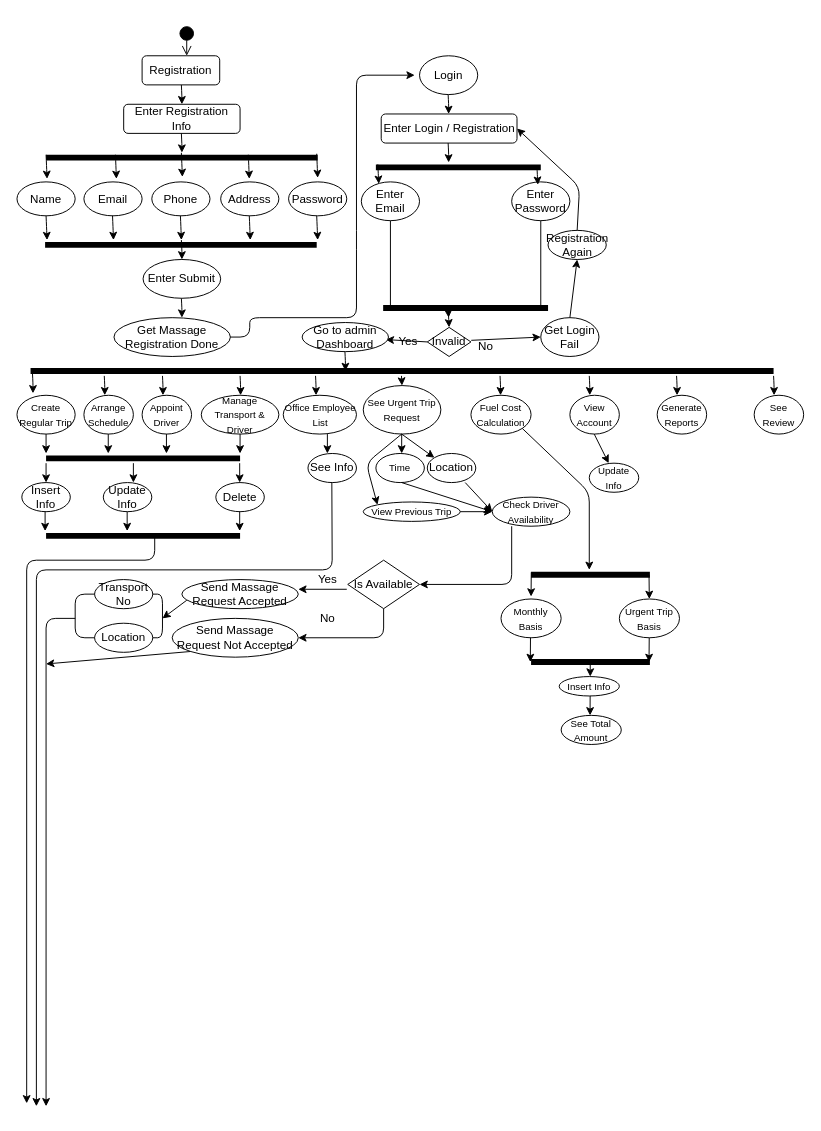
Above: database/Activity Diagram Admin.drawio in SHIMAISRAFIL/Transport-Schedule (draw.io), before the change. Source tidied: cells renumbered, new cells numbered last; positions are measured from the earlier drawing's top-left corner, leaving out a move shared by most shapes. Both pictures are drawn from the tidied source at 97%, with x=0, y=0 at pixel (16, 25).
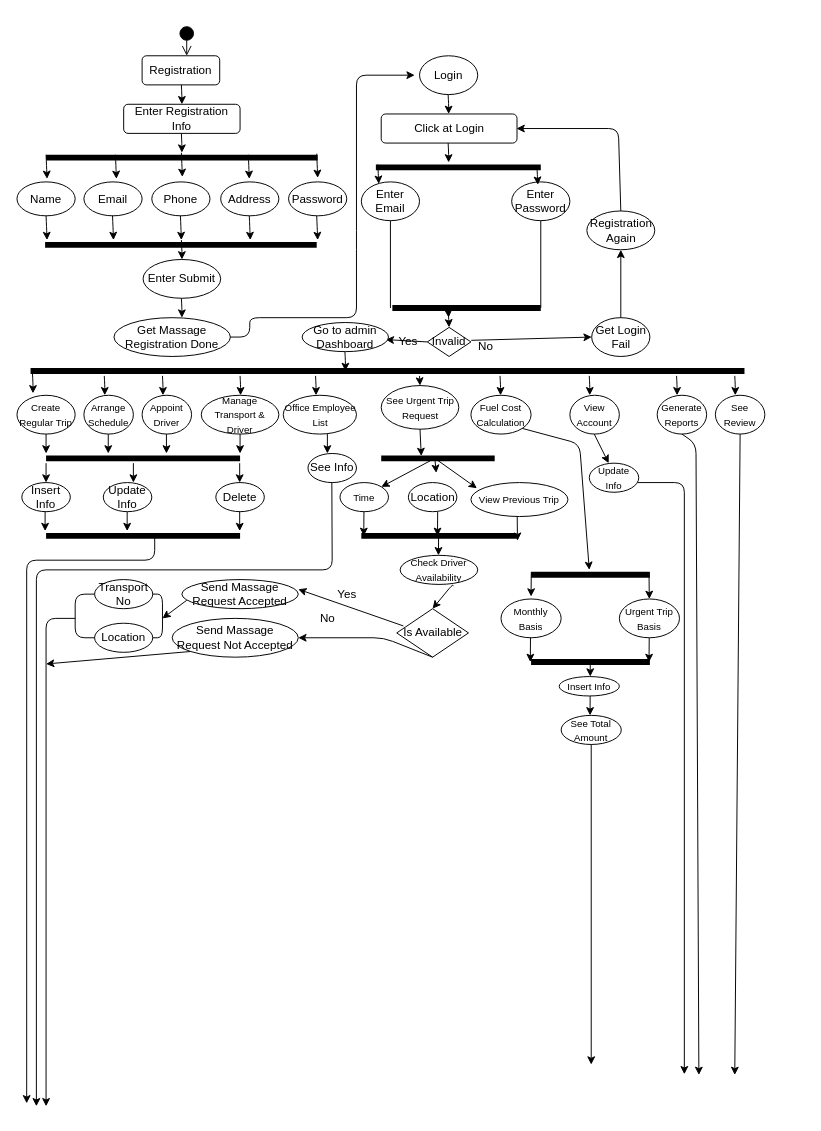
After the change.

The change refers to these unchanged cells:
```xml
<mxCell id="70" value="&lt;font style=&quot;font-size: 10px&quot;&gt;Fuel Cost Calculation&lt;/font&gt;" style="ellipse;whiteSpace=wrap;html=1;strokeColor=#000000;" parent="1" vertex="1">
  <mxGeometry x="468" y="381" width="62" height="40" as="geometry" />
</mxCell>
<mxCell id="72" value="&lt;font style=&quot;font-size: 10px&quot;&gt;Generate Reports&lt;/font&gt;" style="ellipse;whiteSpace=wrap;html=1;strokeColor=#000000;" parent="1" vertex="1">
  <mxGeometry x="660" y="381" width="51" height="40" as="geometry" />
</mxCell>
<mxCell id="133" value="&lt;font style=&quot;font-size: 10px&quot;&gt;See Total Amount&lt;/font&gt;" style="ellipse;whiteSpace=wrap;html=1;strokeColor=#000000;" parent="1" vertex="1">
  <mxGeometry x="561" y="711" width="62" height="30" as="geometry" />
</mxCell>
```

Diff of the diagram source:
```diff
@@
-    <mxCell id="9" value="Enter Login / Registration" style="rounded=1;whiteSpace=wrap;html=1;" parent="1" vertex="1">
+    <mxCell id="9" value="Click at Login" style="rounded=1;whiteSpace=wrap;html=1;" parent="1" vertex="1">
       <mxGeometry x="375.5" y="91" width="140" height="30" as="geometry" />
     </mxCell>
@@
     <mxCell id="23" value="Get Login Fail" style="ellipse;whiteSpace=wrap;html=1;" parent="1" vertex="1">
-      <mxGeometry x="540" y="301" width="60" height="40" as="geometry" />
+      <mxGeometry x="592.5" y="301" width="60" height="40" as="geometry" />
     </mxCell>
-    <mxCell id="24" style="endArrow=classic;html=1;entryX=1;entryY=0.5;entryDx=0;entryDy=0;exitX=0.5;exitY=0;exitDx=0;exitDy=0;" parent="1" edge="1" source="25" target="9">
+    <mxCell id="24" style="endArrow=classic;html=1;exitX=0.5;exitY=0;exitDx=0;exitDy=0;" parent="1" edge="1" source="25">
       <mxGeometry x="10" y="40" as="geometry">
+        <mxPoint x="515" y="106" as="targetPoint" />
         <Array as="points">
-          <mxPoint x="580" y="166" />
+          <mxPoint x="620" y="106" />
         </Array>
       </mxGeometry>
     </mxCell>
     <mxCell id="25" value="Registration Again" style="ellipse;whiteSpace=wrap;html=1;" parent="1" vertex="1">
-      <mxGeometry x="547.5" y="211" width="60" height="30" as="geometry" />
+      <mxGeometry x="587.5" y="191" width="70" height="40" as="geometry" />
     </mxCell>
@@
     <mxCell id="51" style="shape=line;html=1;strokeWidth=6;" parent="1" vertex="1">
-      <mxGeometry x="377.5" y="286" width="170" height="10" as="geometry" />
+      <mxGeometry x="375.5" y="441" width="117" height="10" as="geometry" />
     </mxCell>
@@
     <mxCell id="53" style="shape=line;html=1;strokeWidth=6;" parent="1" vertex="1">
-      <mxGeometry x="14" y="351" width="766" height="10" as="geometry" />
+      <mxGeometry x="14" y="351" width="736" height="10" as="geometry" />
     </mxCell>
@@
     <mxCell id="59" style="endArrow=classic;html=1;" parent="1" edge="1">
-      <mxGeometry x="-38.1" y="220" as="geometry">
-        <mxPoint x="396.4" y="361" as="sourcePoint" />
-        <mxPoint x="397" y="371" as="targetPoint" />
+      <mxGeometry x="-19.5" y="220" as="geometry">
+        <mxPoint x="415" y="361" as="sourcePoint" />
+        <mxPoint x="415.6" y="371" as="targetPoint" />
         <Array as="points">
-          <mxPoint x="396.9" y="371" />
+          <mxPoint x="415.5" y="371" />
         </Array>
       </mxGeometry>
     </mxCell>
@@
     <mxCell id="63" style="endArrow=classic;html=1;" parent="1" edge="1">
-      <mxGeometry x="345.5" y="220" as="geometry">
-        <mxPoint x="780" y="361" as="sourcePoint" />
-        <mxPoint x="780.5" y="381" as="targetPoint" />
+      <mxGeometry x="305.5" y="220" as="geometry">
+        <mxPoint x="740" y="361" as="sourcePoint" />
+        <mxPoint x="740.5" y="381" as="targetPoint" />
         <Array as="points">
-          <mxPoint x="780.5" y="371" />
+          <mxPoint x="740.5" y="371" />
         </Array>
       </mxGeometry>
     </mxCell>
@@
     <mxCell id="69" value="&lt;font style=&quot;font-size: 10px&quot;&gt;See Urgent Trip Request&lt;/font&gt;" style="ellipse;whiteSpace=wrap;html=1;strokeColor=#000000;" parent="1" vertex="1">
-      <mxGeometry x="357" y="371" width="80" height="50" as="geometry" />
+      <mxGeometry x="375.5" y="371" width="80" height="45" as="geometry" />
     </mxCell>
@@
     <mxCell id="73" value="&lt;font style=&quot;font-size: 10px&quot;&gt;See Review&lt;/font&gt;" style="ellipse;whiteSpace=wrap;html=1;strokeColor=#000000;" parent="1" vertex="1">
-      <mxGeometry x="760" y="381" width="51" height="40" as="geometry" />
+      <mxGeometry x="720" y="381" width="51" height="40" as="geometry" />
     </mxCell>
@@
-    <mxCell id="94" style="endArrow=classic;html=1;strokeColor=#000000;exitX=0.5;exitY=1;exitDx=0;exitDy=0;" parent="1" edge="1">
-      <mxGeometry relative="1" as="geometry">
-        <mxPoint x="396.6" y="421" as="sourcePoint" />
-        <mxPoint x="396.6" y="441" as="targetPoint" />
-      </mxGeometry>
-    </mxCell>
     <mxCell id="95" value="&lt;font style=&quot;font-size: 10px&quot;&gt;Time&lt;/font&gt;" style="ellipse;whiteSpace=wrap;html=1;strokeColor=#000000;" parent="1" vertex="1">
-      <mxGeometry x="370" y="441" width="50" height="30" as="geometry" />
+      <mxGeometry x="333" y="471" width="50" height="30" as="geometry" />
     </mxCell>
-    <mxCell id="96" value="Location" style="ellipse;whiteSpace=wrap;html=1;strokeColor=#000000;" parent="1" vertex="1">
-      <mxGeometry x="423" y="441" width="50" height="30" as="geometry" />
-    </mxCell>
     <mxCell id="97" value="&lt;font style=&quot;font-size: 10px&quot;&gt;View Previous Trip&lt;/font&gt;" style="ellipse;whiteSpace=wrap;html=1;strokeColor=#000000;" parent="1" vertex="1">
-      <mxGeometry x="357" y="491" width="100" height="20" as="geometry" />
+      <mxGeometry x="468" y="471" width="100" height="35" as="geometry" />
     </mxCell>
-    <mxCell id="98" style="endArrow=classic;html=1;strokeColor=#000000;exitX=0.5;exitY=1;exitDx=0;exitDy=0;entryX=0;entryY=0;entryDx=0;entryDy=0;" parent="1" edge="1" target="96">
-      <mxGeometry relative="1" as="geometry">
-        <mxPoint x="396.6" y="421" as="sourcePoint" />
-      </mxGeometry>
-    </mxCell>
-    <mxCell id="99" style="endArrow=classic;html=1;strokeColor=#000000;exitX=0.5;exitY=1;exitDx=0;exitDy=0;entryX=0;entryY=0;entryDx=0;entryDy=0;" parent="1" edge="1" target="97">
-      <mxGeometry relative="1" as="geometry">
-        <mxPoint x="396.6" y="421" as="sourcePoint" />
-        <Array as="points">
-          <mxPoint x="360" y="451" />
-        </Array>
-      </mxGeometry>
-    </mxCell>
-    <mxCell id="100" style="endArrow=classic;html=1;strokeColor=#000000;exitX=0.5;exitY=1;exitDx=0;exitDy=0;" parent="1" edge="1">
-      <mxGeometry relative="1" as="geometry">
-        <mxPoint x="396.6" y="471" as="sourcePoint" />
-        <mxPoint x="490" y="501" as="targetPoint" />
-      </mxGeometry>
-    </mxCell>
-    <mxCell id="101" style="endArrow=classic;html=1;strokeColor=#000000;exitX=0.5;exitY=1;exitDx=0;exitDy=0;" parent="1" edge="1">
-      <mxGeometry relative="1" as="geometry">
-        <mxPoint x="462.1" y="471" as="sourcePoint" />
-        <mxPoint x="490" y="501" as="targetPoint" />
-      </mxGeometry>
-    </mxCell>
-    <mxCell id="102" style="endArrow=classic;html=1;strokeColor=#000000;exitX=0.5;exitY=1;exitDx=0;exitDy=0;" parent="1" edge="1">
-      <mxGeometry relative="1" as="geometry">
-        <mxPoint x="457" y="501" as="sourcePoint" />
-        <mxPoint x="490" y="501" as="targetPoint" />
-      </mxGeometry>
-    </mxCell>
     <mxCell id="103" value="&lt;font style=&quot;font-size: 10px&quot;&gt;Check Driver Availability&lt;/font&gt;" style="ellipse;whiteSpace=wrap;html=1;strokeColor=#000000;" parent="1" vertex="1">
-      <mxGeometry x="490" y="486" width="80" height="30" as="geometry" />
+      <mxGeometry x="395" y="546" width="80" height="30" as="geometry" />
     </mxCell>
-    <mxCell id="104" style="endArrow=classic;html=1;strokeColor=#000000;exitX=0.5;exitY=1;exitDx=0;exitDy=0;entryX=1;entryY=0.5;entryDx=0;entryDy=0;" parent="1" edge="1" target="105">
+    <mxCell id="104" style="endArrow=classic;html=1;strokeColor=#000000;exitX=0.685;exitY=1.06;exitDx=0;exitDy=0;entryX=0.5;entryY=0;entryDx=0;entryDy=0;exitPerimeter=0;" parent="1" edge="1" source="103" target="105">
       <mxGeometry relative="1" as="geometry">
-        <mxPoint x="510" y="516" as="sourcePoint" />
         <Array as="points">
-          <mxPoint x="510" y="576" />
+          <mxPoint x="449" y="576" />
         </Array>
       </mxGeometry>
     </mxCell>
     <mxCell id="105" value="Is Available" style="rhombus;whiteSpace=wrap;html=1;strokeColor=#000000;" parent="1" vertex="1">
-      <mxGeometry x="341" y="551" width="74" height="50" as="geometry" />
+      <mxGeometry x="391.5" y="601" width="74" height="50" as="geometry" />
     </mxCell>
-    <mxCell id="106" style="endArrow=classic;html=1;strokeColor=#000000;" parent="1" edge="1">
+    <mxCell id="106" style="endArrow=classic;html=1;strokeColor=#000000;exitX=0.093;exitY=0.356;exitDx=0;exitDy=0;exitPerimeter=0;" parent="1" edge="1" source="105">
       <mxGeometry relative="1" as="geometry">
-        <mxPoint x="340" y="581" as="sourcePoint" />
         <mxPoint x="290" y="581" as="targetPoint" />
       </mxGeometry>
     </mxCell>
     <mxCell id="107" value="Yes" style="text;html=1;align=center;verticalAlign=middle;strokeColor=none;" parent="1" vertex="1">
-      <mxGeometry x="305" y="561" width="30" height="20" as="geometry" />
+      <mxGeometry x="325" y="576" width="30" height="20" as="geometry" />
     </mxCell>
@@
     <mxCell id="121" style="endArrow=classic;html=1;strokeColor=#000000;exitX=1;exitY=1;exitDx=0;exitDy=0;" parent="1" edge="1" source="70">
       <mxGeometry relative="1" as="geometry">
         <mxPoint x="590" y="561" as="targetPoint" />
         <Array as="points">
-          <mxPoint x="590" y="481" />
+          <mxPoint x="580" y="431" />
         </Array>
       </mxGeometry>
     </mxCell>
@@
+    <mxCell id="134" style="endArrow=classic;html=1;strokeColor=#000000;exitX=0.5;exitY=1;exitDx=0;exitDy=0;" parent="1" edge="1" source="133">
+      <mxGeometry relative="1" as="geometry">
+        <mxPoint x="592" y="1071" as="targetPoint" />
+      </mxGeometry>
+    </mxCell>
+    <mxCell id="135" style="endArrow=classic;html=1;strokeColor=#000000;" parent="1" edge="1">
+      <mxGeometry relative="1" as="geometry">
+        <mxPoint x="640" y="471" as="sourcePoint" />
+        <mxPoint x="688" y="1081" as="targetPoint" />
+        <Array as="points">
+          <mxPoint x="688" y="471" />
+        </Array>
+      </mxGeometry>
+    </mxCell>
+    <mxCell id="136" style="endArrow=classic;html=1;strokeColor=#000000;exitX=0.5;exitY=1;exitDx=0;exitDy=0;" parent="1" edge="1" source="72">
+      <mxGeometry relative="1" as="geometry">
+        <mxPoint x="703" y="1081.7" as="targetPoint" />
+        <Array as="points">
+          <mxPoint x="700" y="431" />
+        </Array>
+      </mxGeometry>
+    </mxCell>
+    <mxCell id="137" style="endArrow=classic;html=1;strokeColor=#000000;exitX=0.5;exitY=1;exitDx=0;exitDy=0;" parent="1" edge="1" source="73">
+      <mxGeometry relative="1" as="geometry">
+        <mxPoint x="740" y="1081.7" as="targetPoint" />
+      </mxGeometry>
+    </mxCell>
+    <mxCell id="138" style="endArrow=classic;html=1;strokeColor=#000000;exitX=0.5;exitY=1;exitDx=0;exitDy=0;entryX=0.353;entryY=0.26;entryDx=0;entryDy=0;entryPerimeter=0;" parent="1" edge="1" source="69" target="51">
+      <mxGeometry relative="1" as="geometry" />
+    </mxCell>
+    <mxCell id="96" value="Location" style="ellipse;whiteSpace=wrap;html=1;strokeColor=#000000;" parent="1" vertex="1">
+      <mxGeometry x="403.5" y="471" width="50" height="30" as="geometry" />
+    </mxCell>
+    <mxCell id="139" style="shape=line;html=1;strokeWidth=6;" parent="1" vertex="1">
+      <mxGeometry x="387" y="286" width="153" height="10" as="geometry" />
+    </mxCell>
+    <mxCell id="140" style="endArrow=classic;html=1;strokeColor=#000000;exitX=0.5;exitY=1;exitDx=0;exitDy=0;" parent="1" edge="1">
+      <mxGeometry relative="1" as="geometry">
+        <mxPoint x="430.8" y="446" as="sourcePoint" />
+        <mxPoint x="432.2" y="461" as="targetPoint" />
+      </mxGeometry>
+    </mxCell>
+    <mxCell id="141" style="endArrow=classic;html=1;strokeColor=#000000;exitX=0.5;exitY=1;exitDx=0;exitDy=0;entryX=1;entryY=0;entryDx=0;entryDy=0;" parent="1" edge="1" target="95">
+      <mxGeometry relative="1" as="geometry">
+        <mxPoint x="430.8" y="446" as="sourcePoint" />
+      </mxGeometry>
+    </mxCell>
+    <mxCell id="142" style="endArrow=classic;html=1;strokeColor=#000000;exitX=0.5;exitY=1;exitDx=0;exitDy=0;entryX=0.061;entryY=0.166;entryDx=0;entryDy=0;entryPerimeter=0;" parent="1" edge="1" target="97">
+      <mxGeometry relative="1" as="geometry">
+        <mxPoint x="430.8" y="446" as="sourcePoint" />
+      </mxGeometry>
+    </mxCell>
+    <mxCell id="143" style="endArrow=classic;html=1;strokeColor=#000000;" parent="1" edge="1">
+      <mxGeometry relative="1" as="geometry">
+        <mxPoint x="515.7" y="506" as="sourcePoint" />
+        <mxPoint x="516" y="531" as="targetPoint" />
+      </mxGeometry>
+    </mxCell>
+    <mxCell id="144" style="endArrow=classic;html=1;strokeColor=#000000;" parent="1" edge="1">
+      <mxGeometry relative="1" as="geometry">
+        <mxPoint x="433.7" y="501" as="sourcePoint" />
+        <mxPoint x="433.5" y="526" as="targetPoint" />
+      </mxGeometry>
+    </mxCell>
+    <mxCell id="145" style="endArrow=classic;html=1;strokeColor=#000000;" parent="1" edge="1">
+      <mxGeometry relative="1" as="geometry">
+        <mxPoint x="357.7" y="501" as="sourcePoint" />
+        <mxPoint x="357.5" y="526" as="targetPoint" />
+      </mxGeometry>
+    </mxCell>
+    <mxCell id="146" style="shape=line;html=1;strokeWidth=6;" parent="1" vertex="1">
+      <mxGeometry x="355" y="521" width="160" height="10" as="geometry" />
+    </mxCell>
+    <mxCell id="147" style="endArrow=classic;html=1;strokeColor=#000000;" parent="1" edge="1">
+      <mxGeometry relative="1" as="geometry">
+        <mxPoint x="434.7" y="521" as="sourcePoint" />
+        <mxPoint x="434.5" y="546" as="targetPoint" />
+      </mxGeometry>
+    </mxCell>
```
